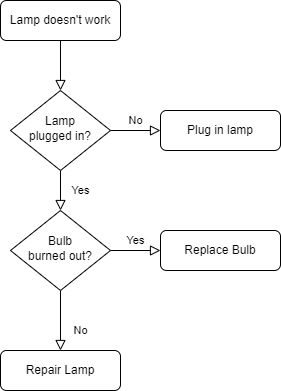
This is 2_Architecture/flowchart.drawio.png from Ajithmathiyalagan/M1_Project, a draw.io export, as it was before one commit. Source tidied: cells renumbered, new cells last; positions are measured from the earlier drawing's top-left corner, leaving out a move shared by most shapes. Its diagram source:
```xml
<mxGraphModel>
  <root>
    <mxCell id="0" />
    <mxCell id="1" parent="0" />
    <mxCell id="2" style="rounded=0;html=1;jettySize=auto;fontSize=11;endArrow=block;endFill=0;endSize=8;strokeWidth=1;shadow=0;labelBackgroundColor=none;edgeStyle=orthogonalEdgeStyle;" parent="1" edge="1" source="3" target="6">
      <mxGeometry relative="1" as="geometry" />
    </mxCell>
    <mxCell id="3" value="Lamp doesn't work" style="rounded=1;whiteSpace=wrap;html=1;fontSize=12;glass=0;strokeWidth=1;shadow=0;" parent="1" vertex="1">
      <mxGeometry width="120" height="40" as="geometry" />
    </mxCell>
    <mxCell id="4" value="Yes" style="rounded=0;html=1;jettySize=auto;fontSize=11;endArrow=block;endFill=0;endSize=8;strokeWidth=1;shadow=0;labelBackgroundColor=none;edgeStyle=orthogonalEdgeStyle;" parent="1" edge="1" source="6" target="10">
      <mxGeometry y="20" relative="1" as="geometry" />
    </mxCell>
    <mxCell id="5" value="No" style="edgeStyle=orthogonalEdgeStyle;rounded=0;html=1;jettySize=auto;fontSize=11;endArrow=block;endFill=0;endSize=8;strokeWidth=1;shadow=0;labelBackgroundColor=none;" parent="1" edge="1" source="6" target="7">
      <mxGeometry y="10" relative="1" as="geometry" />
    </mxCell>
    <mxCell id="6" value="Lamp&lt;br&gt;plugged in?" style="rhombus;whiteSpace=wrap;html=1;shadow=0;fontFamily=Helvetica;fontSize=12;align=center;strokeWidth=1;spacing=6;spacingTop=-4;" parent="1" vertex="1">
      <mxGeometry x="10" y="90" width="100" height="80" as="geometry" />
    </mxCell>
    <mxCell id="7" value="Plug in lamp" style="rounded=1;whiteSpace=wrap;html=1;fontSize=12;glass=0;strokeWidth=1;shadow=0;" parent="1" vertex="1">
      <mxGeometry x="160" y="110" width="120" height="40" as="geometry" />
    </mxCell>
    <mxCell id="8" value="No" style="rounded=0;html=1;jettySize=auto;fontSize=11;endArrow=block;endFill=0;endSize=8;strokeWidth=1;shadow=0;labelBackgroundColor=none;edgeStyle=orthogonalEdgeStyle;" parent="1" edge="1" source="10" target="11">
      <mxGeometry x="0.33" y="20" relative="1" as="geometry" />
    </mxCell>
    <mxCell id="9" value="Yes" style="edgeStyle=orthogonalEdgeStyle;rounded=0;html=1;jettySize=auto;fontSize=11;endArrow=block;endFill=0;endSize=8;strokeWidth=1;shadow=0;labelBackgroundColor=none;" parent="1" edge="1" source="10" target="12">
      <mxGeometry y="10" relative="1" as="geometry" />
    </mxCell>
    <mxCell id="10" value="Bulb&lt;br&gt;burned out?" style="rhombus;whiteSpace=wrap;html=1;shadow=0;fontFamily=Helvetica;fontSize=12;align=center;strokeWidth=1;spacing=6;spacingTop=-4;" parent="1" vertex="1">
      <mxGeometry x="10" y="210" width="100" height="80" as="geometry" />
    </mxCell>
    <mxCell id="11" value="Repair Lamp" style="rounded=1;whiteSpace=wrap;html=1;fontSize=12;glass=0;strokeWidth=1;shadow=0;" parent="1" vertex="1">
      <mxGeometry y="350" width="120" height="40" as="geometry" />
    </mxCell>
    <mxCell id="12" value="Replace Bulb" style="rounded=1;whiteSpace=wrap;html=1;fontSize=12;glass=0;strokeWidth=1;shadow=0;" parent="1" vertex="1">
      <mxGeometry x="160" y="230" width="120" height="40" as="geometry" />
    </mxCell>
  </root>
</mxGraphModel>
```
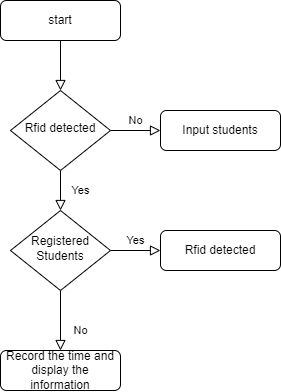
The same file after the commit.

The edit, as a diff of the source:
```diff
@@ -5,7 +5,7 @@
     <mxCell id="2" style="rounded=0;html=1;jettySize=auto;fontSize=11;endArrow=block;endFill=0;endSize=8;strokeWidth=1;shadow=0;labelBackgroundColor=none;edgeStyle=orthogonalEdgeStyle;" parent="1" edge="1" source="3" target="6">
       <mxGeometry relative="1" as="geometry" />
     </mxCell>
-    <mxCell id="3" value="Lamp doesn't work" style="rounded=1;whiteSpace=wrap;html=1;fontSize=12;glass=0;strokeWidth=1;shadow=0;" parent="1" vertex="1">
+    <mxCell id="3" value="start" style="rounded=1;whiteSpace=wrap;html=1;fontSize=12;glass=0;strokeWidth=1;shadow=0;" parent="1" vertex="1">
       <mxGeometry width="120" height="40" as="geometry" />
     </mxCell>
     <mxCell id="4" value="Yes" style="rounded=0;html=1;jettySize=auto;fontSize=11;endArrow=block;endFill=0;endSize=8;strokeWidth=1;shadow=0;labelBackgroundColor=none;edgeStyle=orthogonalEdgeStyle;" parent="1" edge="1" source="6" target="10">
@@ -14,10 +14,10 @@
     <mxCell id="5" value="No" style="edgeStyle=orthogonalEdgeStyle;rounded=0;html=1;jettySize=auto;fontSize=11;endArrow=block;endFill=0;endSize=8;strokeWidth=1;shadow=0;labelBackgroundColor=none;" parent="1" edge="1" source="6" target="7">
       <mxGeometry y="10" relative="1" as="geometry" />
     </mxCell>
-    <mxCell id="6" value="Lamp&lt;br&gt;plugged in?" style="rhombus;whiteSpace=wrap;html=1;shadow=0;fontFamily=Helvetica;fontSize=12;align=center;strokeWidth=1;spacing=6;spacingTop=-4;" parent="1" vertex="1">
+    <mxCell id="6" value="Rfid detected" style="rhombus;whiteSpace=wrap;html=1;shadow=0;fontFamily=Helvetica;fontSize=12;align=center;strokeWidth=1;spacing=6;spacingTop=-4;" parent="1" vertex="1">
       <mxGeometry x="10" y="90" width="100" height="80" as="geometry" />
     </mxCell>
-    <mxCell id="7" value="Plug in lamp" style="rounded=1;whiteSpace=wrap;html=1;fontSize=12;glass=0;strokeWidth=1;shadow=0;" parent="1" vertex="1">
+    <mxCell id="7" value="Input students" style="rounded=1;whiteSpace=wrap;html=1;fontSize=12;glass=0;strokeWidth=1;shadow=0;" parent="1" vertex="1">
       <mxGeometry x="160" y="110" width="120" height="40" as="geometry" />
     </mxCell>
     <mxCell id="8" value="No" style="rounded=0;html=1;jettySize=auto;fontSize=11;endArrow=block;endFill=0;endSize=8;strokeWidth=1;shadow=0;labelBackgroundColor=none;edgeStyle=orthogonalEdgeStyle;" parent="1" edge="1" source="10" target="11">
@@ -26,13 +26,13 @@
     <mxCell id="9" value="Yes" style="edgeStyle=orthogonalEdgeStyle;rounded=0;html=1;jettySize=auto;fontSize=11;endArrow=block;endFill=0;endSize=8;strokeWidth=1;shadow=0;labelBackgroundColor=none;" parent="1" edge="1" source="10" target="12">
       <mxGeometry y="10" relative="1" as="geometry" />
     </mxCell>
-    <mxCell id="10" value="Bulb&lt;br&gt;burned out?" style="rhombus;whiteSpace=wrap;html=1;shadow=0;fontFamily=Helvetica;fontSize=12;align=center;strokeWidth=1;spacing=6;spacingTop=-4;" parent="1" vertex="1">
+    <mxCell id="10" value="Registered&lt;br&gt;Students" style="rhombus;whiteSpace=wrap;html=1;shadow=0;fontFamily=Helvetica;fontSize=12;align=center;strokeWidth=1;spacing=6;spacingTop=-4;" parent="1" vertex="1">
       <mxGeometry x="10" y="210" width="100" height="80" as="geometry" />
     </mxCell>
-    <mxCell id="11" value="Repair Lamp" style="rounded=1;whiteSpace=wrap;html=1;fontSize=12;glass=0;strokeWidth=1;shadow=0;" parent="1" vertex="1">
+    <mxCell id="11" value="Record the time and display the information" style="rounded=1;whiteSpace=wrap;html=1;fontSize=12;glass=0;strokeWidth=1;shadow=0;" parent="1" vertex="1">
       <mxGeometry y="350" width="120" height="40" as="geometry" />
     </mxCell>
-    <mxCell id="12" value="Replace Bulb" style="rounded=1;whiteSpace=wrap;html=1;fontSize=12;glass=0;strokeWidth=1;shadow=0;" parent="1" vertex="1">
+    <mxCell id="12" value="Rfid detected" style="rounded=1;whiteSpace=wrap;html=1;fontSize=12;glass=0;strokeWidth=1;shadow=0;" parent="1" vertex="1">
       <mxGeometry x="160" y="230" width="120" height="40" as="geometry" />
     </mxCell>
   </root>
```
